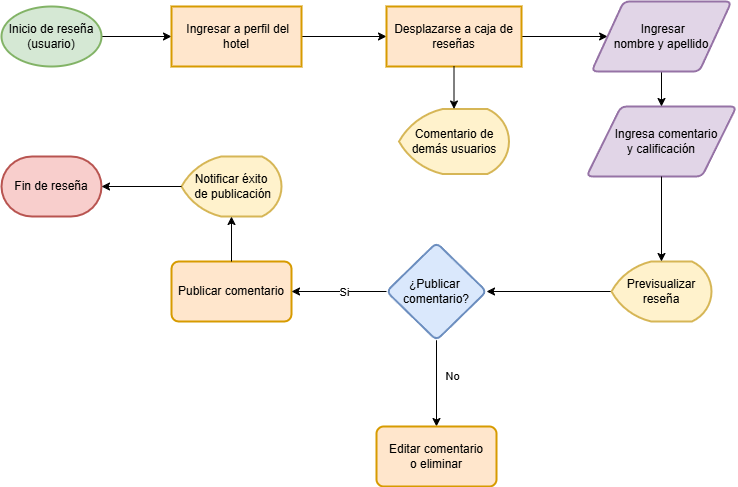
DjGuetta/App-Hotel-Management keeps this draw.io diagram as Flujograma de reseñas.png. Above is the earlier version. Source tidied: cells renumbered, new cells last; positions are measured from the earlier drawing's top-left corner, leaving out a move shared by most shapes.
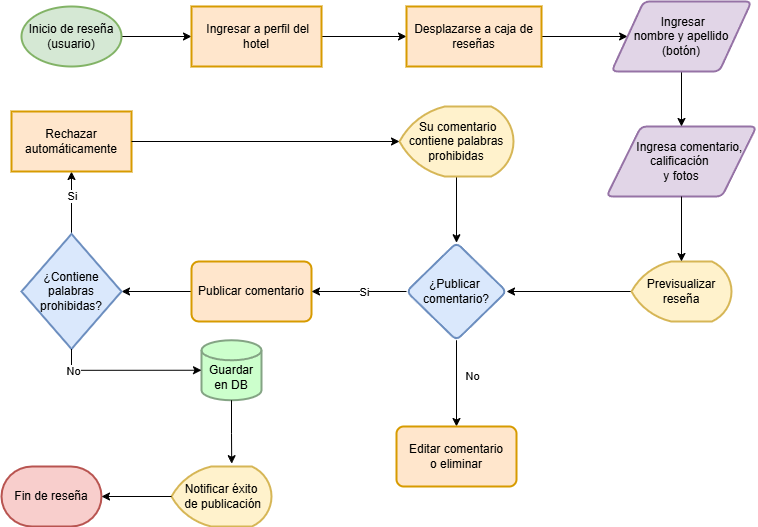
After the commit.

Commit message:
Agregando filtro para palabras prohibidad

The edit, as a diff of the source:
```diff
@@ -20,24 +20,21 @@
     <mxCell id="7" value="Desplazarse a caja de reseñas" style="whiteSpace=wrap;html=1;strokeWidth=2;fillColor=#ffe6cc;strokeColor=#d79b00;" parent="1" vertex="1">
       <mxGeometry x="385" y="5" width="135" height="60" as="geometry" />
     </mxCell>
-    <mxCell id="8" value="&amp;nbsp; &amp;nbsp;Ingresa comentario&lt;div&gt;y calificación&lt;/div&gt;" style="shape=parallelogram;html=1;strokeWidth=2;perimeter=parallelogramPerimeter;whiteSpace=wrap;rounded=1;arcSize=12;size=0.23;fillColor=#e1d5e7;strokeColor=#9673a6;" parent="1" vertex="1">
-      <mxGeometry x="585" y="105" width="150" height="70" as="geometry" />
+    <mxCell id="8" value="&amp;nbsp; &amp;nbsp; &amp;nbsp; Ingresa comentario,&amp;nbsp;&lt;div&gt;&lt;span style=&quot;background-color: transparent; color: light-dark(rgb(0, 0, 0), rgb(255, 255, 255));&quot;&gt;calificación&amp;nbsp;&lt;/span&gt;&lt;/div&gt;&lt;div&gt;&lt;span style=&quot;background-color: transparent; color: light-dark(rgb(0, 0, 0), rgb(255, 255, 255));&quot;&gt;y fotos&lt;/span&gt;&lt;/div&gt;" style="shape=parallelogram;html=1;strokeWidth=2;perimeter=parallelogramPerimeter;whiteSpace=wrap;rounded=1;arcSize=12;size=0.23;fillColor=#e1d5e7;strokeColor=#9673a6;" parent="1" vertex="1">
+      <mxGeometry x="585" y="125" width="150" height="70" as="geometry" />
     </mxCell>
     <mxCell id="9" style="edgeStyle=orthogonalEdgeStyle;rounded=0;jettySize=auto;html=1;" parent="1" edge="1" source="10" target="8">
       <mxGeometry relative="1" as="geometry" />
     </mxCell>
-    <mxCell id="10" value="&amp;nbsp;Ingresar&lt;div&gt;nombre y apellido&lt;/div&gt;" style="shape=parallelogram;html=1;strokeWidth=2;perimeter=parallelogramPerimeter;whiteSpace=wrap;rounded=1;arcSize=12;size=0.23;fillColor=#e1d5e7;strokeColor=#9673a6;" parent="1" vertex="1">
+    <mxCell id="10" value="&amp;nbsp;Ingresar&lt;div&gt;nombre y apellido&lt;/div&gt;&lt;div&gt;(botón)&lt;/div&gt;" style="shape=parallelogram;html=1;strokeWidth=2;perimeter=parallelogramPerimeter;whiteSpace=wrap;rounded=1;arcSize=12;size=0.23;fillColor=#e1d5e7;strokeColor=#9673a6;" parent="1" vertex="1">
       <mxGeometry x="590" width="140" height="70" as="geometry" />
     </mxCell>
+    <mxCell id="27" style="edgeStyle=orthogonalEdgeStyle;rounded=0;jettySize=auto;html=1;exitX=0;exitY=0.5;exitDx=0;exitDy=0;entryX=1;entryY=0.5;entryDx=0;entryDy=0;" parent="1" edge="1" source="11" target="31">
+      <mxGeometry relative="1" as="geometry" />
+    </mxCell>
     <mxCell id="11" value="Publicar comentario" style="whiteSpace=wrap;html=1;strokeWidth=2;rounded=1;arcSize=12;fillColor=#ffe6cc;strokeColor=#d79b00;" parent="1" vertex="1">
       <mxGeometry x="170" y="260" width="120" height="60" as="geometry" />
     </mxCell>
-    <mxCell id="12" value="Comentario de demás usuarios" style="strokeWidth=2;html=1;shape=mxgraph.flowchart.display;whiteSpace=wrap;fillColor=#fff2cc;strokeColor=#d6b656;" parent="1" vertex="1">
-      <mxGeometry x="397.5" y="107.5" width="110" height="65" as="geometry" />
-    </mxCell>
-    <mxCell id="13" style="edgeStyle=orthogonalEdgeStyle;rounded=0;jettySize=auto;html=1;exitX=0.5;exitY=1;exitDx=0;exitDy=0;entryX=0.5;entryY=0;entryDx=0;entryDy=0;entryPerimeter=0;" parent="1" edge="1" source="7" target="12">
-      <mxGeometry relative="1" as="geometry" />
-    </mxCell>
     <mxCell id="14" style="edgeStyle=orthogonalEdgeStyle;rounded=0;jettySize=auto;html=1;exitX=0;exitY=0.5;exitDx=0;exitDy=0;entryX=1;entryY=0.5;entryDx=0;entryDy=0;" parent="1" edge="1" source="18" target="11">
       <mxGeometry relative="1" as="geometry" />
     </mxCell>
@@ -70,16 +67,50 @@
       <mxGeometry relative="1" as="geometry" />
     </mxCell>
     <mxCell id="23" value="Notificar éxito&lt;div&gt;&amp;nbsp;de publicación&lt;/div&gt;" style="strokeWidth=2;html=1;shape=mxgraph.flowchart.display;whiteSpace=wrap;fillColor=#fff2cc;strokeColor=#d6b656;" parent="1" vertex="1">
-      <mxGeometry x="180" y="155" width="100" height="60" as="geometry" />
+      <mxGeometry x="150" y="465" width="100" height="60" as="geometry" />
     </mxCell>
-    <mxCell id="24" style="edgeStyle=orthogonalEdgeStyle;rounded=0;jettySize=auto;html=1;exitX=0.5;exitY=0;exitDx=0;exitDy=0;entryX=0.5;entryY=1;entryDx=0;entryDy=0;entryPerimeter=0;" parent="1" edge="1" source="11" target="23">
-      <mxGeometry relative="1" as="geometry" />
-    </mxCell>
     <mxCell id="25" value="Fin de reseña" style="strokeWidth=2;html=1;shape=mxgraph.flowchart.terminator;whiteSpace=wrap;fillColor=#f8cecc;strokeColor=#b85450;" parent="1" vertex="1">
-      <mxGeometry y="155" width="100" height="60" as="geometry" />
+      <mxGeometry x="-20" y="465" width="100" height="60" as="geometry" />
     </mxCell>
     <mxCell id="26" style="edgeStyle=orthogonalEdgeStyle;rounded=0;jettySize=auto;html=1;exitX=0;exitY=0.5;exitDx=0;exitDy=0;exitPerimeter=0;entryX=1;entryY=0.5;entryDx=0;entryDy=0;entryPerimeter=0;" parent="1" edge="1" source="23" target="25">
       <mxGeometry relative="1" as="geometry" />
     </mxCell>
+    <mxCell id="28" value="&lt;div&gt;&lt;br&gt;&lt;/div&gt;Guardar&lt;div&gt;en DB&lt;/div&gt;" style="strokeWidth=2;html=1;shape=mxgraph.flowchart.database;whiteSpace=wrap;fillColor=#CCFFCC;strokeColor=#84A484;" parent="1" vertex="1">
+      <mxGeometry x="180" y="338.8" width="60" height="60" as="geometry" />
+    </mxCell>
+    <mxCell id="29" style="edgeStyle=orthogonalEdgeStyle;rounded=0;jettySize=auto;html=1;" parent="1" edge="1" source="31" target="34">
+      <mxGeometry relative="1" as="geometry" />
+    </mxCell>
+    <mxCell id="30" value="Si" style="edgeLabel;html=1;align=center;verticalAlign=middle;" parent="29" vertex="1">
+      <mxGeometry x="0.22" y="-3" relative="1" as="geometry">
+        <mxPoint x="-3" as="offset" />
+      </mxGeometry>
+    </mxCell>
+    <mxCell id="31" value="¿Contiene palabras prohibidas?" style="rhombus;whiteSpace=wrap;html=1;fillColor=#dae8fc;strokeColor=#6c8ebf;strokeWidth=2;" parent="1" vertex="1">
+      <mxGeometry y="232.5" width="100" height="115" as="geometry" />
+    </mxCell>
+    <mxCell id="32" style="edgeStyle=orthogonalEdgeStyle;rounded=0;jettySize=auto;html=1;exitX=0.5;exitY=1;exitDx=0;exitDy=0;entryX=0;entryY=0.5;entryDx=0;entryDy=0;entryPerimeter=0;" parent="1" edge="1" source="31" target="28">
+      <mxGeometry relative="1" as="geometry" />
+    </mxCell>
+    <mxCell id="33" value="No" style="edgeLabel;html=1;align=center;verticalAlign=middle;" parent="32" vertex="1">
+      <mxGeometry x="-0.63" y="3" relative="1" as="geometry">
+        <mxPoint x="-5" y="4" as="offset" />
+      </mxGeometry>
+    </mxCell>
+    <mxCell id="34" value="Rechazar automáticamente" style="whiteSpace=wrap;html=1;fillColor=#ffe6cc;strokeColor=#d79b00;strokeWidth=2;" parent="1" vertex="1">
+      <mxGeometry x="-10" y="110" width="120" height="60" as="geometry" />
+    </mxCell>
+    <mxCell id="35" style="edgeStyle=orthogonalEdgeStyle;rounded=0;jettySize=auto;html=1;exitX=0.5;exitY=1;exitDx=0;exitDy=0;exitPerimeter=0;entryX=0.5;entryY=0;entryDx=0;entryDy=0;" parent="1" edge="1" source="36" target="18">
+      <mxGeometry relative="1" as="geometry" />
+    </mxCell>
+    <mxCell id="36" value="&amp;nbsp;Su comentario&lt;div&gt;contiene palabras prohibidas&lt;/div&gt;" style="strokeWidth=2;html=1;shape=mxgraph.flowchart.display;whiteSpace=wrap;fillColor=#fff2cc;strokeColor=#d6b656;" parent="1" vertex="1">
+      <mxGeometry x="378" y="105" width="114" height="70" as="geometry" />
+    </mxCell>
+    <mxCell id="37" style="edgeStyle=orthogonalEdgeStyle;rounded=0;jettySize=auto;html=1;exitX=1;exitY=0.5;exitDx=0;exitDy=0;entryX=0;entryY=0.5;entryDx=0;entryDy=0;entryPerimeter=0;" parent="1" edge="1" source="34" target="36">
+      <mxGeometry relative="1" as="geometry" />
+    </mxCell>
+    <mxCell id="38" style="edgeStyle=orthogonalEdgeStyle;rounded=0;jettySize=auto;html=1;exitX=0.5;exitY=1;exitDx=0;exitDy=0;exitPerimeter=0;entryX=0.602;entryY=-0.047;entryDx=0;entryDy=0;entryPerimeter=0;" parent="1" edge="1" source="28" target="23">
+      <mxGeometry relative="1" as="geometry" />
+    </mxCell>
   </root>
 </mxGraphModel>
```
